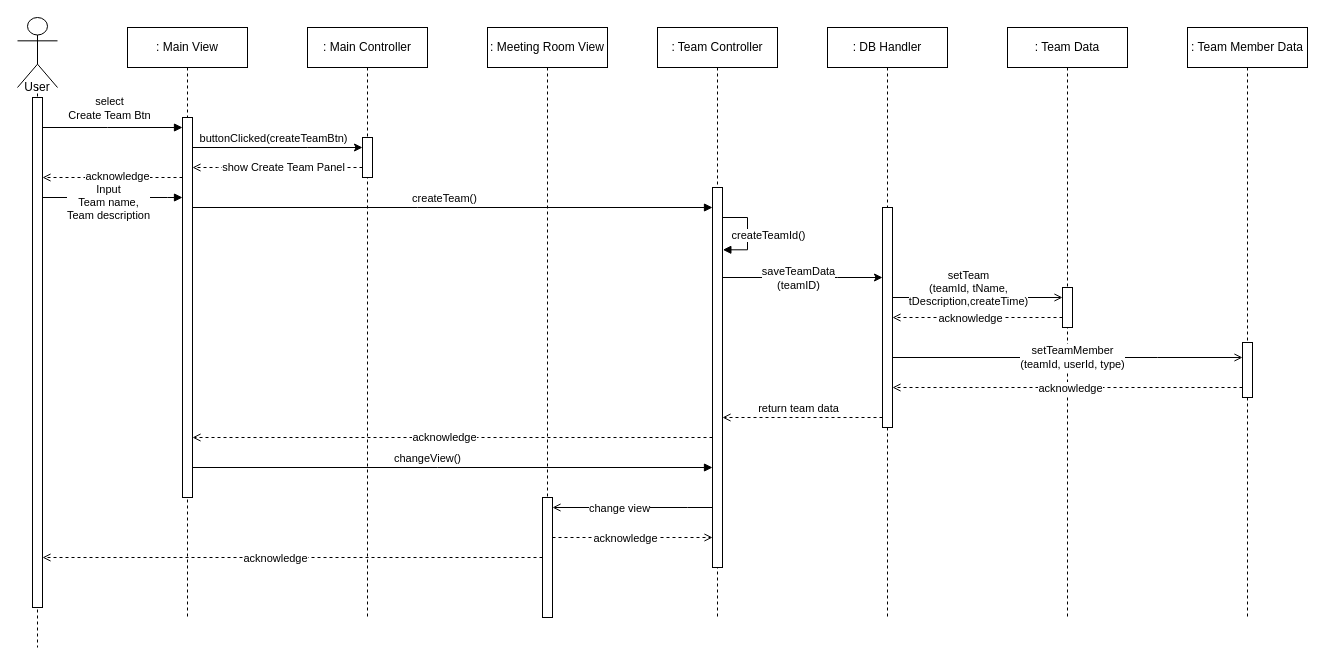
The draw.io diagram SD3_REAL.drawio in ONFFLine/Diagram, before the edit. Source tidied: cells renumbered, new cells numbered last; positions are measured from the earlier drawing's top-left corner, leaving out a move shared by most shapes. Both pictures are drawn from the tidied source at 100%, with x=0, y=0 at pixel (17, 17).
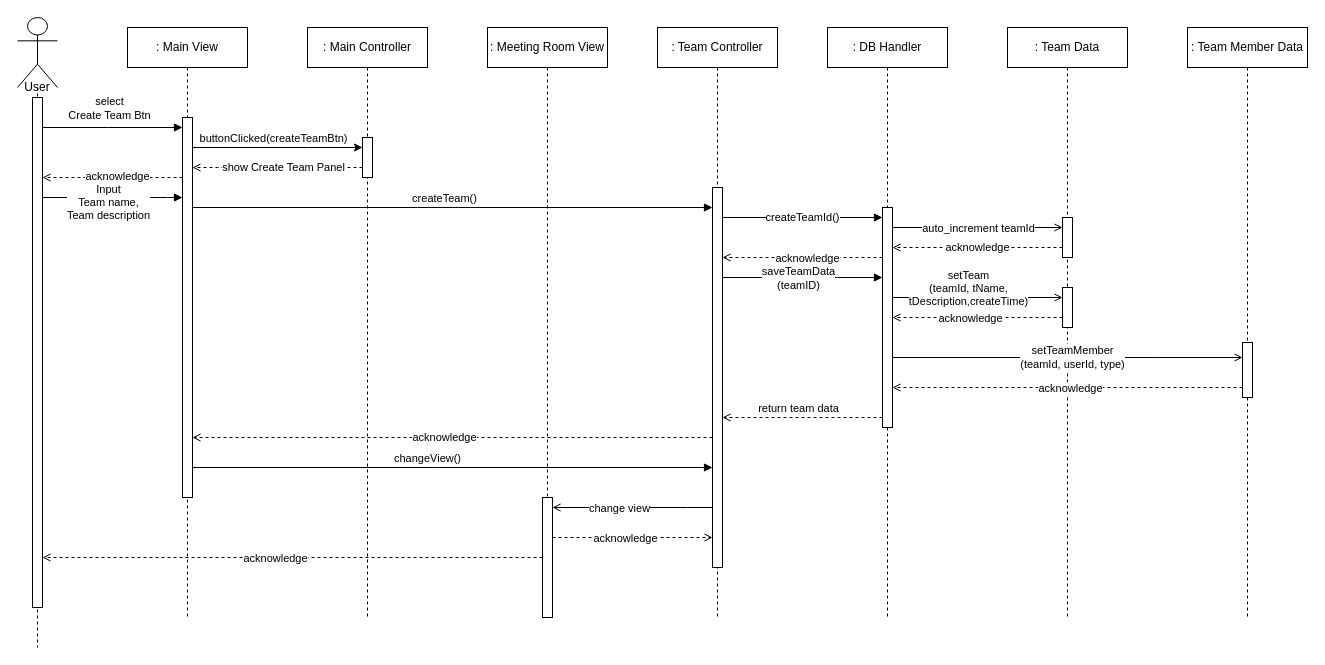
Above is the later version.

The change refers to these unchanged cells:
```xml
<mxCell id="15" style="html=1;points=[];perimeter=orthogonalPerimeter;" parent="1" vertex="1">
  <mxGeometry x="695" y="170" width="10" height="380" as="geometry" />
</mxCell>
<mxCell id="20" style="html=1;points=[];perimeter=orthogonalPerimeter;" parent="1" vertex="1">
  <mxGeometry x="865" y="190" width="10" height="220" as="geometry" />
</mxCell>
```

What changed in the source:
```diff
@@
-    <mxCell id="9" style="edgeStyle=orthogonalEdgeStyle;rounded=0;jettySize=auto;html=1;" parent="1" edge="1" source="15" target="20">
+    <mxCell id="9" style="edgeStyle=orthogonalEdgeStyle;rounded=0;jettySize=auto;html=1;endArrow=block;endFill=1;" parent="1" edge="1" source="15" target="20">
       <mxGeometry relative="1" as="geometry">
         <Array as="points">
           <mxPoint x="820" y="260" />
           <mxPoint x="820" y="260" />
         </Array>
       </mxGeometry>
     </mxCell>
@@
+    <mxCell id="54" value="createTeamId()" style="edgeStyle=orthogonalEdgeStyle;rounded=0;jettySize=auto;html=1;endArrow=block;endFill=1;" parent="1" edge="1" source="15" target="20">
+      <mxGeometry relative="1" as="geometry">
+        <Array as="points">
+          <mxPoint x="790" y="200" />
+          <mxPoint x="790" y="200" />
+        </Array>
+      </mxGeometry>
+    </mxCell>
@@
+    <mxCell id="55" style="edgeStyle=orthogonalEdgeStyle;rounded=0;jettySize=auto;html=1;endArrow=open;endFill=0;" parent="1" edge="1" source="20" target="60">
+      <mxGeometry relative="1" as="geometry">
+        <Array as="points">
+          <mxPoint x="960" y="210" />
+          <mxPoint x="960" y="210" />
+        </Array>
+      </mxGeometry>
+    </mxCell>
+    <mxCell id="56" value="auto_increment teamId" style="edgeLabel;html=1;align=center;verticalAlign=middle;" parent="55" vertex="1">
+      <mxGeometry x="0.02" y="-1" relative="1" as="geometry">
+        <mxPoint x="-2" y="-1" as="offset" />
+      </mxGeometry>
+    </mxCell>
+    <mxCell id="57" style="edgeStyle=orthogonalEdgeStyle;rounded=0;jettySize=auto;html=1;dashed=1;endArrow=open;endFill=0;" parent="1" edge="1" source="20" target="15">
+      <mxGeometry relative="1" as="geometry">
+        <Array as="points">
+          <mxPoint x="840" y="240" />
+          <mxPoint x="840" y="240" />
+        </Array>
+      </mxGeometry>
+    </mxCell>
+    <mxCell id="58" value="acknowledge" style="edgeLabel;html=1;align=center;verticalAlign=middle;" parent="57" vertex="1">
+      <mxGeometry x="-0.05" relative="1" as="geometry" />
+    </mxCell>
@@
-    <mxCell id="53" style="edgeStyle=orthogonalEdgeStyle;rounded=0;orthogonalLoop=1;jettySize=auto;html=1;endArrow=block;endFill=1;entryX=1.035;entryY=0.164;entryDx=0;entryDy=0;entryPerimeter=0;" parent="1" edge="1" source="15" target="15">
-      <mxGeometry relative="1" as="geometry">
-        <Array as="points">
-          <mxPoint x="730" y="200" />
-        </Array>
-      </mxGeometry>
-    </mxCell>
-    <mxCell id="54" value="createTeamId()" style="edgeLabel;html=1;align=center;verticalAlign=middle;" parent="53" vertex="1">
-      <mxGeometry x="0.03" y="-1" relative="1" as="geometry">
-        <mxPoint x="21" as="offset" />
-      </mxGeometry>
-    </mxCell>
+    <mxCell id="59" value="acknowledge" style="edgeStyle=orthogonalEdgeStyle;rounded=0;jettySize=auto;html=1;dashed=1;endArrow=open;endFill=0;" parent="1" edge="1" source="60" target="20">
+      <mxGeometry relative="1" as="geometry">
+        <Array as="points">
+          <mxPoint x="1000" y="230" />
+          <mxPoint x="1000" y="230" />
+        </Array>
+      </mxGeometry>
+    </mxCell>
+    <mxCell id="60" style="html=1;points=[];perimeter=orthogonalPerimeter;" parent="1" vertex="1">
+      <mxGeometry x="1045" y="200" width="10" height="40" as="geometry" />
+    </mxCell>
```
